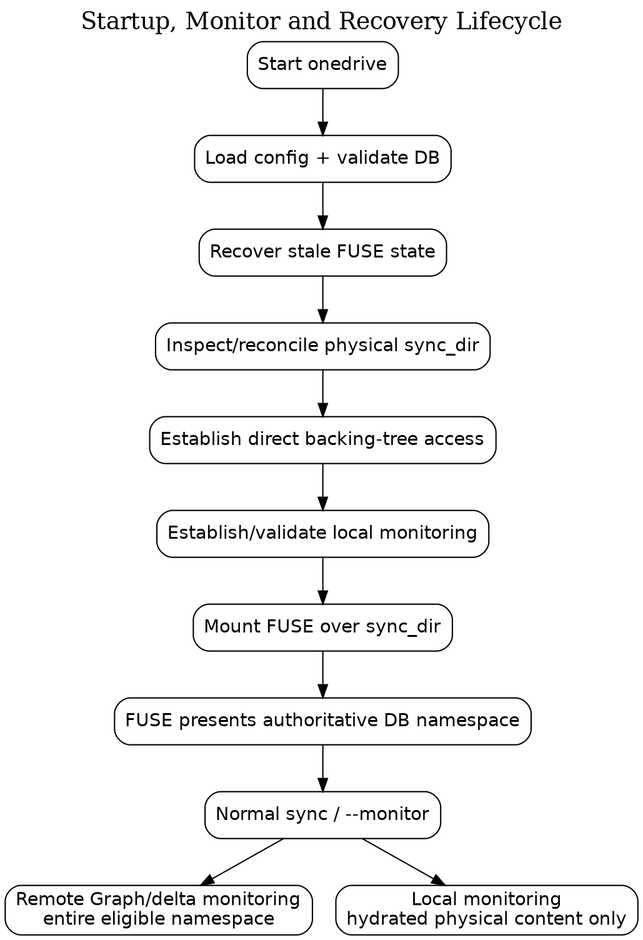
This is adr/ADR-001 - FUSE overlay and local storage/images/adr-001-startup-recovery.png from abraunegg/onedrive, a PlantUML export, as it was before one commit. Its source is kept beside it as adr/ADR-001 - FUSE overlay and local storage/plantuml/adr-001-startup-recovery.puml.
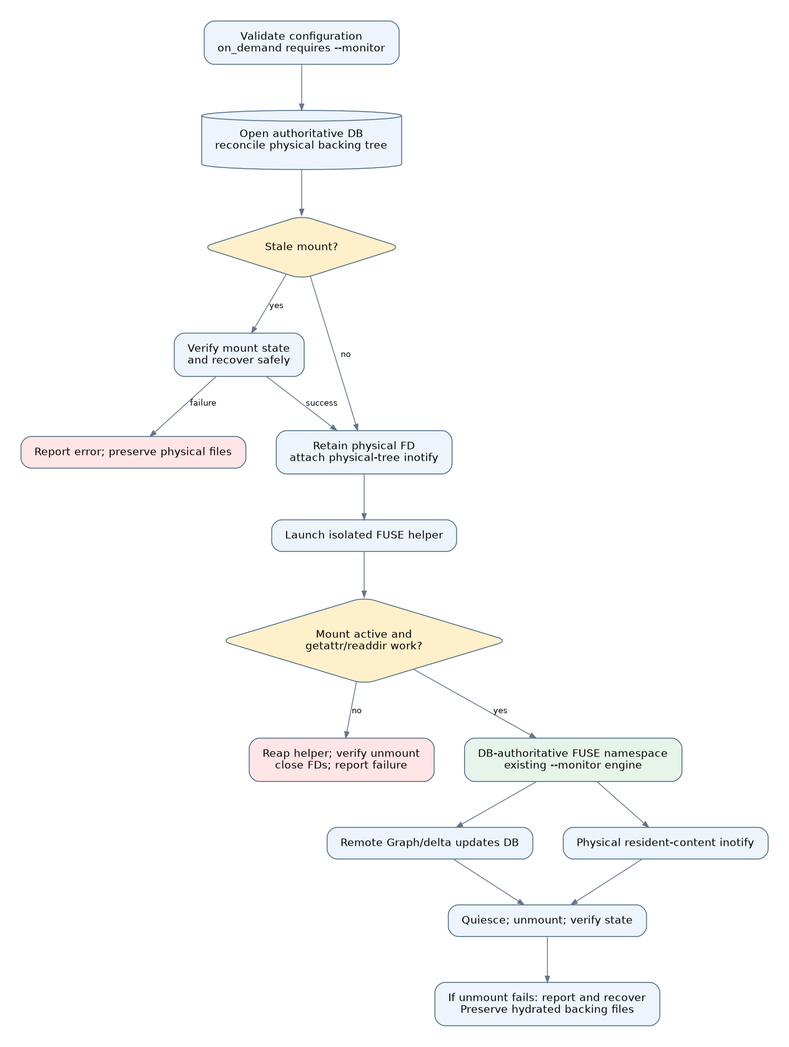
After the change.

Diff of the diagram source:
```diff
@@ -1,24 +1,36 @@
 @startuml
-title Startup, Monitor and Recovery Lifecycle
+title On-demand startup, readiness and recovery
 start
-:Start onedrive;
-:Load configuration;
-:Open / validate item database;
-:Inspect/reconcile physical sync_dir;
-:Detect and safely recover stale FUSE state;
-:Establish direct access to physical backing tree;
-:Establish/validate local monitoring for resident content;
-:Mount FUSE over configured sync_dir;
-:FUSE presents authoritative DB namespace;
-:Run normal sync / --monitor processing;
-
+:Load configuration and validate --monitor;
+:Open/validate authoritative item DB;
+:Inspect and reconcile physical sync_dir;
+if (Stale FUSE mount?) then (yes)
+  :Verify mount state and safely recover;
+  if (Recovery successful?) then (no)
+    :Report actionable error; preserve backing content;
+    stop
+  endif
+endif
+:Retain direct physical-tree access;
+:Attach inotify to physical backing tree;
+:Launch isolated FUSE helper and mount;
+:Verify mount and working getattr/readdir;
+if (Verified ready?) then (no)
+  :Stop/reap helper, verify unmount, close FDs;
+  :Report startup failure;
+  stop
+endif
+:Expose DB-authoritative FUSE namespace;
+:Run existing --monitor processing;
 fork
-  :Remote Graph/delta monitoring;
-  :Update entire eligible DB namespace;
+  :Remote Graph/delta updates to DB;
 fork again
-  :Local monitoring;
-  :Observe hydrated physical content only;
+  :Physical resident-content inotify;
 end fork
-
+:Quiesce FUSE operations and unmount;
+if (Unmount verified?) then (no)
+  :Report failure and perform safe mount recovery;
+endif
+:Preserve hydrated physical content;
 stop
 @enduml
```
